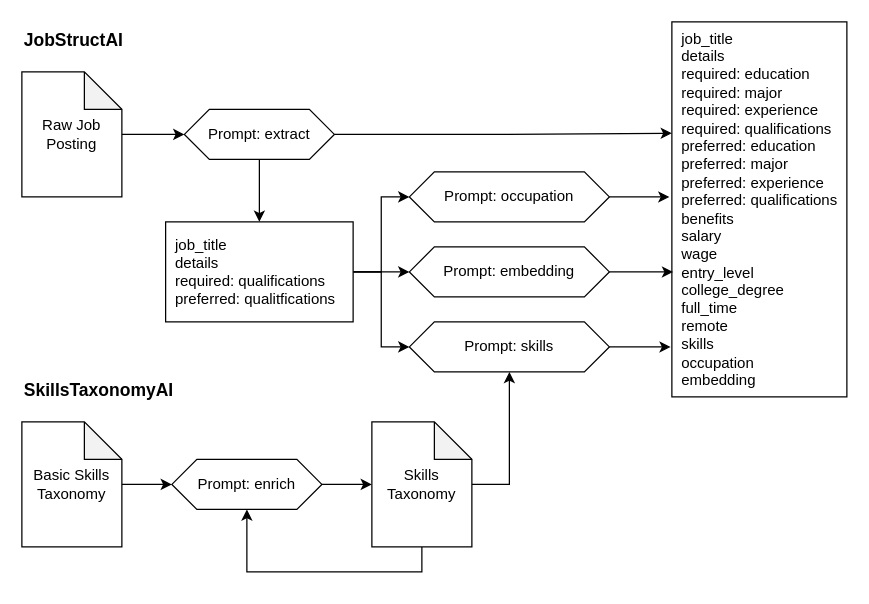
Earlier version of the draw.io diagram doc/diagram.drawio (amazon-science/job-posting-structure). Source tidied: cells renumbered, new cells numbered last; positions are measured from the earlier drawing's top-left corner, leaving out a move shared by most shapes. Both pictures are drawn from the tidied source at 125%, with x=0, y=0 at pixel (21, 21).
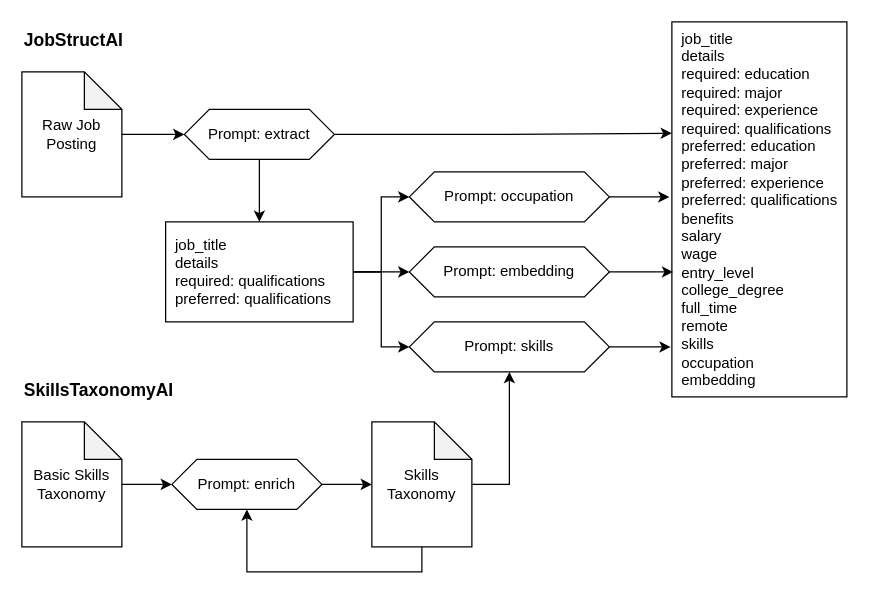
The same diagram, later.

Diff of the diagram source:
```diff
@@
-    <mxCell id="7" value="job_title&lt;br&gt;details&lt;br&gt;required: qualifications&lt;br&gt;preferred: qualitfications" style="rounded=0;whiteSpace=wrap;html=1;align=left;spacingLeft=6;" parent="1" vertex="1">
+    <mxCell id="7" value="job_title&lt;br&gt;details&lt;br&gt;required: qualifications&lt;br&gt;preferred: qualifications" style="rounded=0;whiteSpace=wrap;html=1;align=left;spacingLeft=6;" parent="1" vertex="1">
       <mxGeometry x="115" y="160" width="150" height="80" as="geometry" />
     </mxCell>
```
